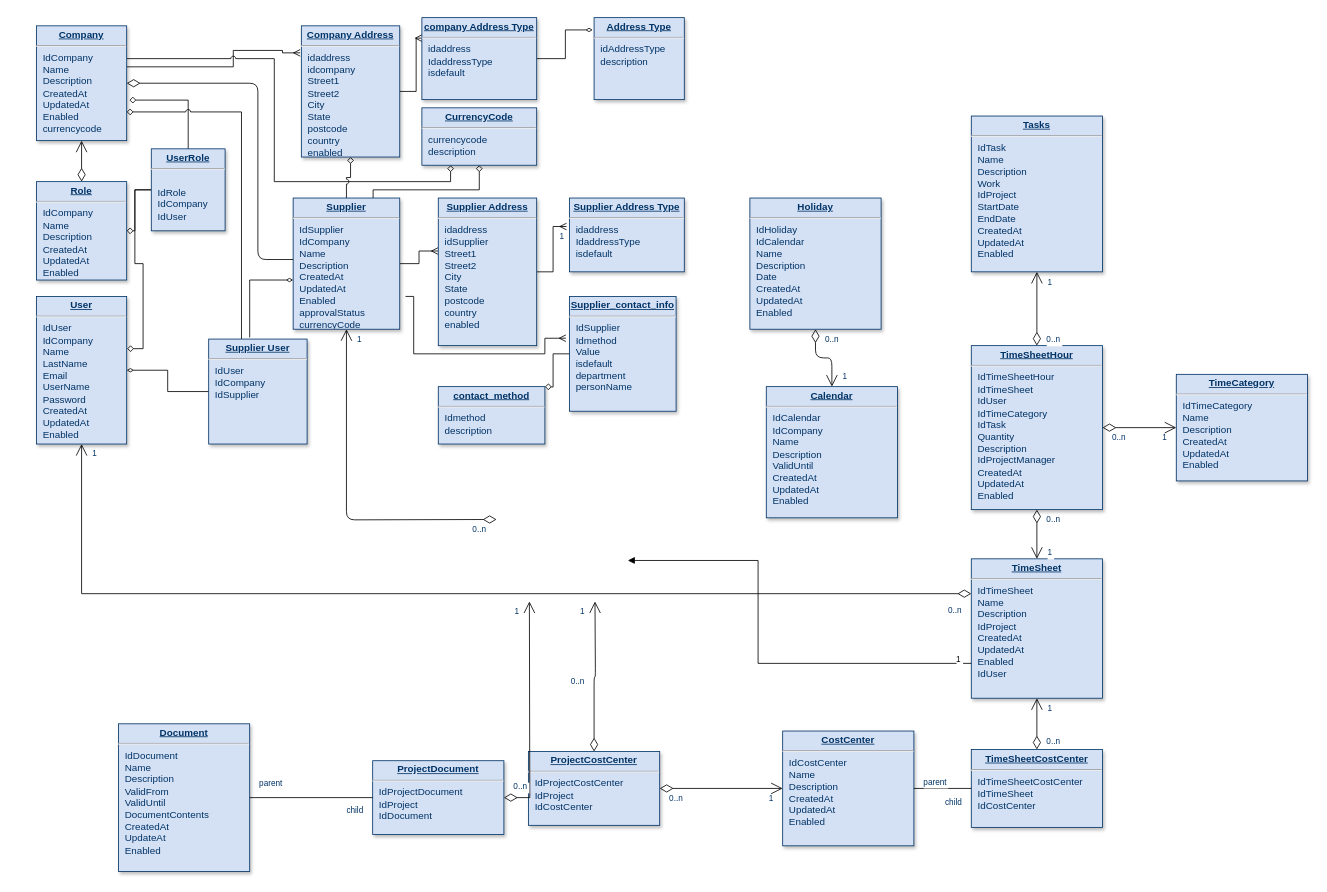
The draw.io diagram Reverse Auction.drawio in hemdho/react, before the edit. Source tidied: cells renumbered, new cells numbered last; positions are measured from the earlier drawing's top-left corner, leaving out a move shared by most shapes. Both pictures are drawn from the tidied source at 82%, with x=0, y=0 at pixel (36, 17).
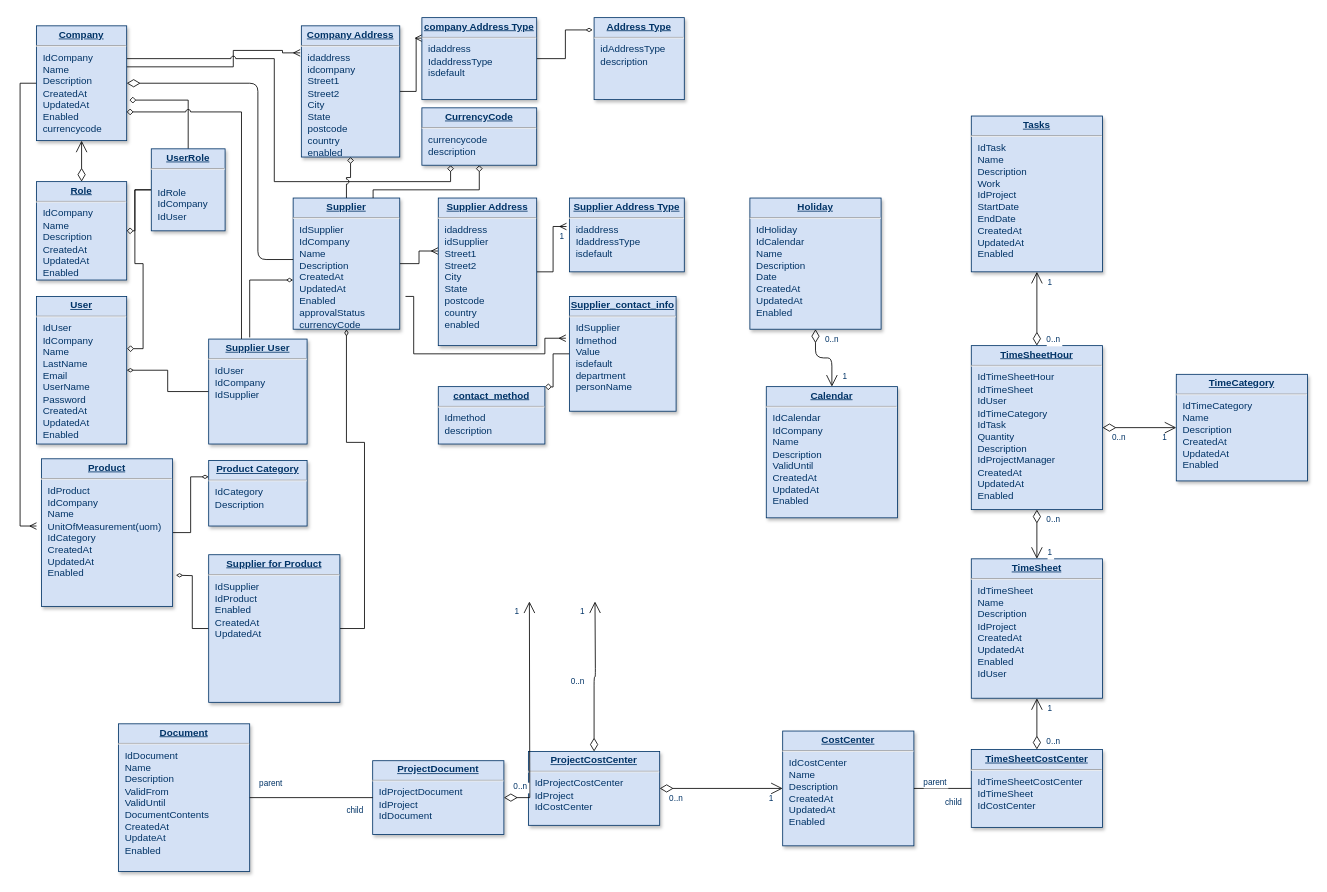
The same page after the edit.

Unchanged cells that the change refers to:
```xml
<mxCell id="5" value="&lt;p style=&quot;margin: 0px ; margin-top: 4px ; text-align: center ; text-decoration: underline&quot;&gt;&lt;strong&gt;Company&lt;/strong&gt;&lt;/p&gt;&lt;hr&gt;&lt;p style=&quot;margin: 0px ; margin-left: 8px&quot;&gt;IdCompany&lt;/p&gt;&lt;p style=&quot;margin: 0px ; margin-left: 8px&quot;&gt;Name&lt;/p&gt;&lt;p style=&quot;margin: 0px ; margin-left: 8px&quot;&gt;Description&lt;/p&gt;&lt;p style=&quot;margin: 0px ; margin-left: 8px&quot;&gt;CreatedAt&lt;/p&gt;&lt;p style=&quot;margin: 0px ; margin-left: 8px&quot;&gt;UpdatedAt&lt;/p&gt;&lt;p style=&quot;margin: 0px ; margin-left: 8px&quot;&gt;Enabled&lt;/p&gt;&lt;p style=&quot;margin: 0px ; margin-left: 8px&quot;&gt;currencycode&lt;/p&gt;" style="verticalAlign=top;align=left;overflow=fill;fontSize=12;fontFamily=Helvetica;html=1;strokeColor=#003366;shadow=1;fillColor=#D4E1F5;fontColor=#003366;" parent="1" vertex="1">
  <mxGeometry y="10" width="110" height="140" as="geometry" />
</mxCell>
<mxCell id="8" value="&lt;p style=&quot;margin: 0px; margin-top: 4px; text-align: center; text-decoration: underline;&quot;&gt;&lt;strong&gt;User&lt;/strong&gt;&lt;/p&gt;&lt;hr /&gt;&lt;p style=&quot;margin: 0px; margin-left: 8px;&quot;&gt;IdUser&lt;/p&gt;&lt;p style=&quot;margin: 0px; margin-left: 8px;&quot;&gt;IdCompany&lt;/p&gt;&lt;p style=&quot;margin: 0px; margin-left: 8px;&quot;&gt;Name&lt;/p&gt;&lt;p style=&quot;margin: 0px; margin-left: 8px;&quot;&gt;LastName&lt;/p&gt;&lt;p style=&quot;margin: 0px; margin-left: 8px;&quot;&gt;Email&lt;/p&gt;&lt;p style=&quot;margin: 0px; margin-left: 8px;&quot;&gt;UserName&lt;/p&gt;&lt;p style=&quot;margin: 0px; margin-left: 8px;&quot;&gt;Password&lt;/p&gt;&lt;p style=&quot;margin: 0px; margin-left: 8px;&quot;&gt;CreatedAt&lt;/p&gt;&lt;p style=&quot;margin: 0px; margin-left: 8px;&quot;&gt;UpdatedAt&lt;/p&gt;&lt;p style=&quot;margin: 0px; margin-left: 8px;&quot;&gt;Enabled&lt;/p&gt;" style="verticalAlign=top;align=left;overflow=fill;fontSize=12;fontFamily=Helvetica;html=1;strokeColor=#003366;shadow=1;fillColor=#D4E1F5;fontColor=#003366;" parent="1" vertex="1">
  <mxGeometry y="340" width="110" height="180" as="geometry" />
</mxCell>
<mxCell id="17" value="&lt;p style=&quot;margin: 0px ; margin-top: 4px ; text-align: center ; text-decoration: underline&quot;&gt;&lt;strong&gt;Supplier&lt;/strong&gt;&lt;/p&gt;&lt;hr&gt;&lt;p style=&quot;margin: 0px ; margin-left: 8px&quot;&gt;IdSupplier&lt;/p&gt;&lt;p style=&quot;margin: 0px ; margin-left: 8px&quot;&gt;IdCompany&lt;/p&gt;&lt;p style=&quot;margin: 0px ; margin-left: 8px&quot;&gt;Name&lt;/p&gt;&lt;p style=&quot;margin: 0px ; margin-left: 8px&quot;&gt;Description&lt;/p&gt;&lt;p style=&quot;margin: 0px ; margin-left: 8px&quot;&gt;CreatedAt&lt;/p&gt;&lt;p style=&quot;margin: 0px ; margin-left: 8px&quot;&gt;UpdatedAt&lt;/p&gt;&lt;p style=&quot;margin: 0px ; margin-left: 8px&quot;&gt;Enabled&lt;/p&gt;&lt;p style=&quot;margin: 0px ; margin-left: 8px&quot;&gt;approvalStatus&lt;/p&gt;&lt;p style=&quot;margin: 0px ; margin-left: 8px&quot;&gt;currencyCode&lt;/p&gt;" style="verticalAlign=top;align=left;overflow=fill;fontSize=12;fontFamily=Helvetica;html=1;strokeColor=#003366;shadow=1;fillColor=#D4E1F5;fontColor=#003366;" parent="1" vertex="1">
  <mxGeometry x="313" y="220" width="130" height="160" as="geometry" />
</mxCell>
<mxCell id="19" value="&lt;p style=&quot;margin: 0px; margin-top: 4px; text-align: center; text-decoration: underline;&quot;&gt;&lt;strong&gt;TimeSheet&lt;/strong&gt;&lt;/p&gt;&lt;hr /&gt;&lt;p style=&quot;margin: 0px; margin-left: 8px;&quot;&gt;IdTimeSheet&lt;/p&gt;&lt;p style=&quot;margin: 0px; margin-left: 8px;&quot;&gt;Name&lt;/p&gt;&lt;p style=&quot;margin: 0px; margin-left: 8px;&quot;&gt;Description&lt;/p&gt;&lt;p style=&quot;margin: 0px; margin-left: 8px;&quot;&gt;IdProject&lt;/p&gt;&lt;p style=&quot;margin: 0px; margin-left: 8px;&quot;&gt;CreatedAt&lt;/p&gt;&lt;p style=&quot;margin: 0px; margin-left: 8px;&quot;&gt;UpdatedAt&lt;/p&gt;&lt;p style=&quot;margin: 0px; margin-left: 8px;&quot;&gt;Enabled&lt;/p&gt;&lt;p style=&quot;margin: 0px; margin-left: 8px;&quot;&gt;IdUser&lt;/p&gt;" style="verticalAlign=top;align=left;overflow=fill;fontSize=12;fontFamily=Helvetica;html=1;strokeColor=#003366;shadow=1;fillColor=#D4E1F5;fontColor=#003366;" parent="1" vertex="1">
  <mxGeometry x="1140" y="660" width="160" height="170" as="geometry" />
</mxCell>
```

What changed in the source:
```diff
@@
+    <mxCell id="84" style="edgeStyle=orthogonalEdgeStyle;rounded=0;jumpStyle=arc;jettySize=auto;html=1;startArrow=none;startFill=0;endArrow=ERmany;endFill=0;" parent="1" edge="1" source="5">
+      <mxGeometry relative="1" as="geometry">
+        <mxPoint y="620" as="targetPoint" />
+        <Array as="points">
+          <mxPoint x="-20" y="80" />
+          <mxPoint x="-20" y="620" />
+        </Array>
+      </mxGeometry>
+    </mxCell>
@@
-    <mxCell id="30" style="endArrow=open;endSize=12;startArrow=diamondThin;startSize=14;startFill=0;edgeStyle=orthogonalEdgeStyle;exitX=0;exitY=0.25;rounded=0;" parent="1" edge="1" source="19" target="8">
-      <mxGeometry x="1209.4" y="170" as="geometry" />
-    </mxCell>
-    <mxCell id="31" value="0..n" style="align=left;verticalAlign=top;labelBackgroundColor=#ffffff;fontSize=10;strokeColor=#003366;shadow=1;fillColor=#D4E1F5;fontColor=#003366;" parent="30" vertex="1">
-      <mxGeometry x="-1" relative="1" as="geometry">
-        <mxPoint x="-30" y="7.5" as="offset" />
-      </mxGeometry>
-    </mxCell>
-    <mxCell id="32" value="1" style="align=right;verticalAlign=top;labelBackgroundColor=#ffffff;fontSize=10;strokeColor=#003366;shadow=1;fillColor=#D4E1F5;fontColor=#003366;" parent="30" vertex="1">
-      <mxGeometry x="1" relative="1" as="geometry">
-        <mxPoint x="20" as="offset" />
-      </mxGeometry>
-    </mxCell>
@@
-    <mxCell id="58" style="endArrow=open;endSize=12;startArrow=diamondThin;startSize=14;startFill=0;edgeStyle=orthogonalEdgeStyle;" parent="1" edge="1" target="17">
-      <mxGeometry x="369.4" y="360" as="geometry">
-        <mxPoint x="561.1" y="612" as="sourcePoint" />
-      </mxGeometry>
-    </mxCell>
-    <mxCell id="59" value="0..n" style="align=left;verticalAlign=top;labelBackgroundColor=#ffffff;fontSize=10;strokeColor=#003366;shadow=1;fillColor=#D4E1F5;fontColor=#003366;" parent="58" vertex="1">
-      <mxGeometry x="-1" relative="1" as="geometry">
-        <mxPoint x="-31.1" as="offset" />
-      </mxGeometry>
-    </mxCell>
-    <mxCell id="60" value="1" style="align=right;verticalAlign=top;labelBackgroundColor=#ffffff;fontSize=10;strokeColor=#003366;shadow=1;fillColor=#D4E1F5;fontColor=#003366;" parent="58" vertex="1">
-      <mxGeometry x="1" relative="1" as="geometry">
-        <mxPoint x="20" as="offset" />
-      </mxGeometry>
-    </mxCell>
@@
-    <mxCell id="67" style="endArrow=block;endFill=1;edgeStyle=orthogonalEdgeStyle;align=left;verticalAlign=top;entryX=1;entryY=0.75;exitX=0;exitY=0.75;rounded=0;" parent="1" edge="1" source="19">
-      <mxGeometry x="-1" relative="1" as="geometry">
-        <mxPoint x="721.1" y="662" as="targetPoint" />
-        <Array as="points">
-          <mxPoint x="880" y="788" />
-          <mxPoint x="880" y="662" />
-        </Array>
-      </mxGeometry>
-    </mxCell>
-    <mxCell id="68" value="1" style="align=left;verticalAlign=bottom;labelBackgroundColor=#ffffff;fontSize=10;" parent="67" vertex="1">
-      <mxGeometry x="-1" relative="1" as="geometry">
-        <mxPoint x="-20" y="2.5" as="offset" />
-      </mxGeometry>
-    </mxCell>
@@
+    <mxCell id="85" style="edgeStyle=orthogonalEdgeStyle;rounded=0;jumpStyle=arc;jettySize=auto;html=1;entryX=0;entryY=0.25;entryDx=0;entryDy=0;startArrow=none;startFill=0;endArrow=diamondThin;endFill=0;" parent="1" edge="1" source="86" target="87">
+      <mxGeometry relative="1" as="geometry" />
+    </mxCell>
+    <mxCell id="86" value="&lt;p style=&quot;margin: 0px ; margin-top: 4px ; text-align: center ; text-decoration: underline&quot;&gt;&lt;strong&gt;Product&lt;/strong&gt;&lt;/p&gt;&lt;hr&gt;&lt;p style=&quot;margin: 0px ; margin-left: 8px&quot;&gt;IdProduct&lt;/p&gt;&lt;p style=&quot;margin: 0px ; margin-left: 8px&quot;&gt;IdCompany&lt;/p&gt;&lt;p style=&quot;margin: 0px ; margin-left: 8px&quot;&gt;Name&lt;/p&gt;&lt;p style=&quot;margin: 0px ; margin-left: 8px&quot;&gt;UnitOfMeasurement(uom)&lt;/p&gt;&lt;p style=&quot;margin: 0px ; margin-left: 8px&quot;&gt;IdCategory&lt;/p&gt;&lt;p style=&quot;margin: 0px ; margin-left: 8px&quot;&gt;&lt;span&gt;CreatedAt&lt;/span&gt;&lt;br&gt;&lt;/p&gt;&lt;p style=&quot;margin: 0px ; margin-left: 8px&quot;&gt;UpdatedAt&lt;/p&gt;&lt;p style=&quot;margin: 0px ; margin-left: 8px&quot;&gt;Enabled&lt;/p&gt;" style="verticalAlign=top;align=left;overflow=fill;fontSize=12;fontFamily=Helvetica;html=1;strokeColor=#003366;shadow=1;fillColor=#D4E1F5;fontColor=#003366;" parent="1" vertex="1">
+      <mxGeometry x="6" y="538" width="160" height="180" as="geometry" />
+    </mxCell>
+    <mxCell id="87" value="&lt;p style=&quot;margin: 0px ; margin-top: 4px ; text-align: center ; text-decoration: underline&quot;&gt;&lt;b&gt;Product Category&lt;/b&gt;&lt;/p&gt;&lt;hr&gt;&lt;p style=&quot;margin: 0px ; margin-left: 8px&quot;&gt;IdCategory&lt;/p&gt;&lt;p style=&quot;margin: 0px ; margin-left: 8px&quot;&gt;Description&lt;/p&gt;" style="verticalAlign=top;align=left;overflow=fill;fontSize=12;fontFamily=Helvetica;html=1;strokeColor=#003366;shadow=1;fillColor=#D4E1F5;fontColor=#003366;" parent="1" vertex="1">
+      <mxGeometry x="210" y="540" width="120" height="80" as="geometry" />
+    </mxCell>
+    <mxCell id="88" style="edgeStyle=orthogonalEdgeStyle;rounded=0;jumpStyle=arc;jettySize=auto;html=1;startArrow=none;startFill=0;endArrow=diamondThin;endFill=0;" parent="1" edge="1" source="90">
+      <mxGeometry relative="1" as="geometry">
+        <mxPoint x="170" y="680" as="targetPoint" />
+      </mxGeometry>
+    </mxCell>
+    <mxCell id="89" style="edgeStyle=orthogonalEdgeStyle;rounded=0;jumpStyle=arc;jettySize=auto;html=1;entryX=0.5;entryY=1;entryDx=0;entryDy=0;startArrow=none;startFill=0;endArrow=diamondThin;endFill=0;" parent="1" edge="1" source="90" target="17">
+      <mxGeometry relative="1" as="geometry">
+        <Array as="points">
+          <mxPoint x="400" y="745" />
+          <mxPoint x="400" y="518" />
+          <mxPoint x="378" y="518" />
+        </Array>
+      </mxGeometry>
+    </mxCell>
+    <mxCell id="90" value="&lt;p style=&quot;margin: 0px ; margin-top: 4px ; text-align: center ; text-decoration: underline&quot;&gt;&lt;strong&gt;Supplier for Product&lt;/strong&gt;&lt;/p&gt;&lt;hr&gt;&lt;p style=&quot;margin: 0px ; margin-left: 8px&quot;&gt;IdSupplier&lt;/p&gt;&lt;p style=&quot;margin: 0px ; margin-left: 8px&quot;&gt;&lt;span&gt;IdProduct&lt;/span&gt;&lt;br&gt;&lt;/p&gt;&lt;p style=&quot;margin: 0px ; margin-left: 8px&quot;&gt;&lt;span&gt;Enabled&lt;/span&gt;&lt;br&gt;&lt;/p&gt;&lt;p style=&quot;margin: 0px 0px 0px 8px&quot;&gt;CreatedAt&lt;br&gt;&lt;/p&gt;&lt;p style=&quot;margin: 0px 0px 0px 8px&quot;&gt;UpdatedAt&lt;/p&gt;&lt;div&gt;&lt;br&gt;&lt;/div&gt;" style="verticalAlign=top;align=left;overflow=fill;fontSize=12;fontFamily=Helvetica;html=1;strokeColor=#003366;shadow=1;fillColor=#D4E1F5;fontColor=#003366;" parent="1" vertex="1">
+      <mxGeometry x="210" y="655" width="160" height="180" as="geometry" />
+    </mxCell>
```
